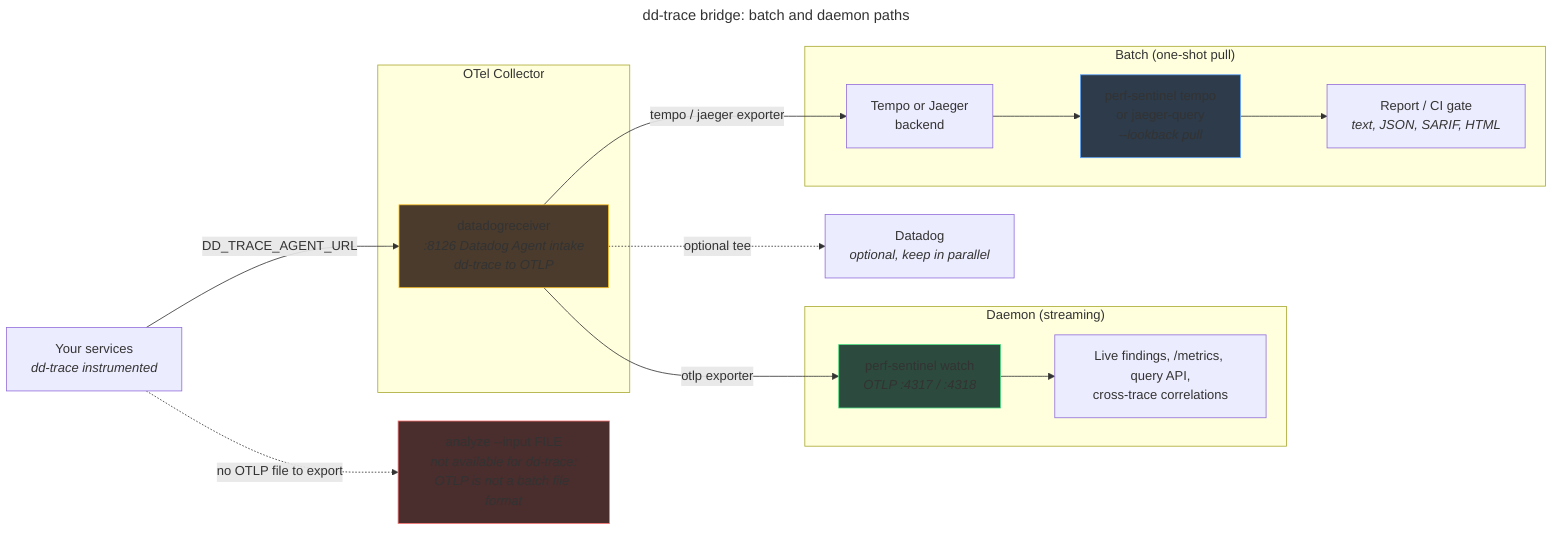
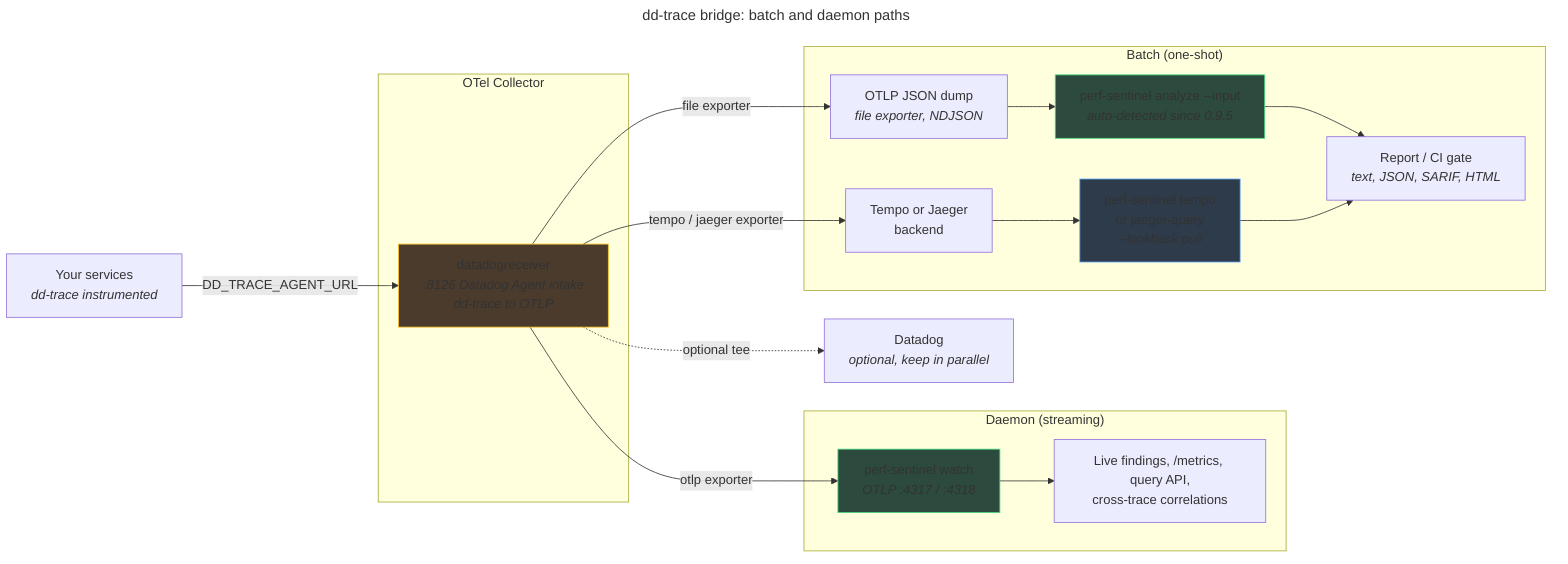
---
title: "dd-trace bridge: batch and daemon paths"
---
flowchart LR
    app["Your services<br/><i>dd-trace instrumented</i>"]

    subgraph collector["OTel Collector"]
        recv["datadogreceiver<br/><i>:8126 Datadog Agent intake<br/>dd-trace to OTLP</i>"]
    end

    dd["Datadog<br/><i>optional, keep in parallel</i>"]

    subgraph daemonpath["Daemon (streaming)"]
        watch["perf-sentinel watch<br/><i>OTLP :4317 / :4318</i>"]
        live["Live findings, /metrics, query API,<br/>cross-trace correlations"]
    end

-     subgraph batchpath["Batch (one-shot pull)"]
+     subgraph batchpath["Batch (one-shot)"]
+         dump["OTLP JSON dump<br/><i>file exporter, NDJSON</i>"]
+         analyze["perf-sentinel analyze --input<br/><i>auto-detected since 0.9.5</i>"]
        backend["Tempo or Jaeger<br/>backend"]
        pull["perf-sentinel tempo<br/>or jaeger-query<br/><i>--lookback pull</i>"]
        out["Report / CI gate<br/><i>text, JSON, SARIF, HTML</i>"]
    end

-     unavailable["analyze --input FILE<br/><i>not available for dd-trace:<br/>OTLP is not a batch file format</i>"]
- 
    app -->|"DD_TRACE_AGENT_URL"| recv
    recv -.->|"optional tee"| dd
    recv -->|"otlp exporter"| watch
    watch --> live
+     recv -->|"file exporter"| dump
+     dump --> analyze --> out
    recv -->|"tempo / jaeger exporter"| backend
    backend --> pull --> out
-     app -.->|"no OTLP file to export"| unavailable

    style recv fill:#4a3b2d,stroke:#fbbf24
    style watch fill:#2d4a3e,stroke:#4ade80
+     style analyze fill:#2d4a3e,stroke:#4ade80
    style pull fill:#2d3b4a,stroke:#60a5fa
-     style unavailable fill:#4a2d2d,stroke:#f87171
